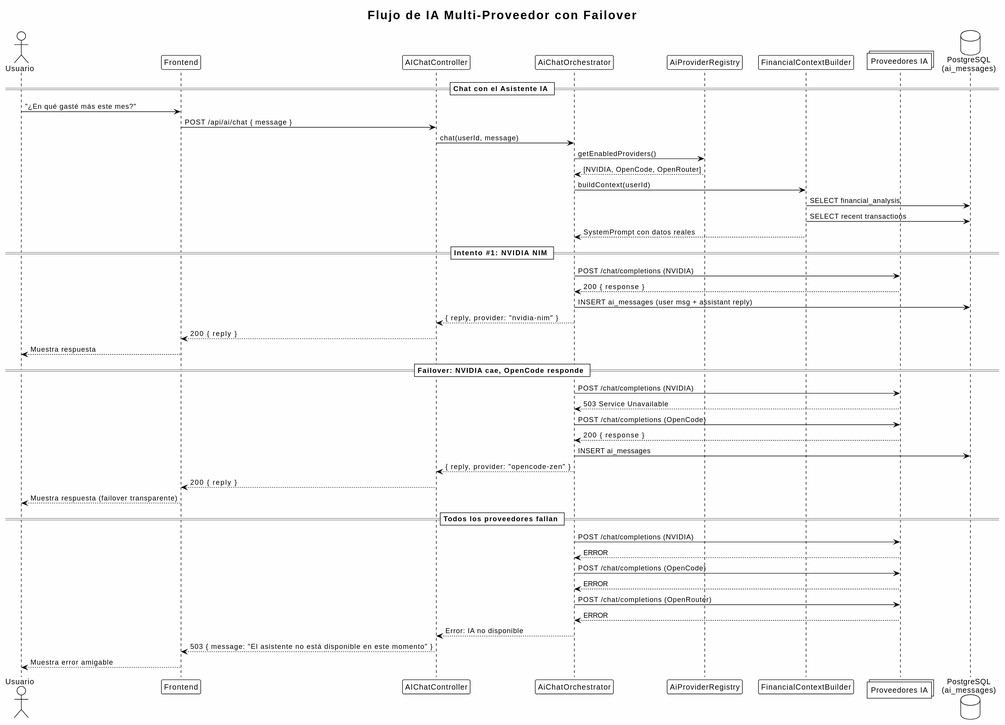
The PlantUML diagram docs/analisis-diseno/diagramas/renders/flujo-ia-multiproveedor.svg in Jhon-Quiceno/FinSmart, before a commit.
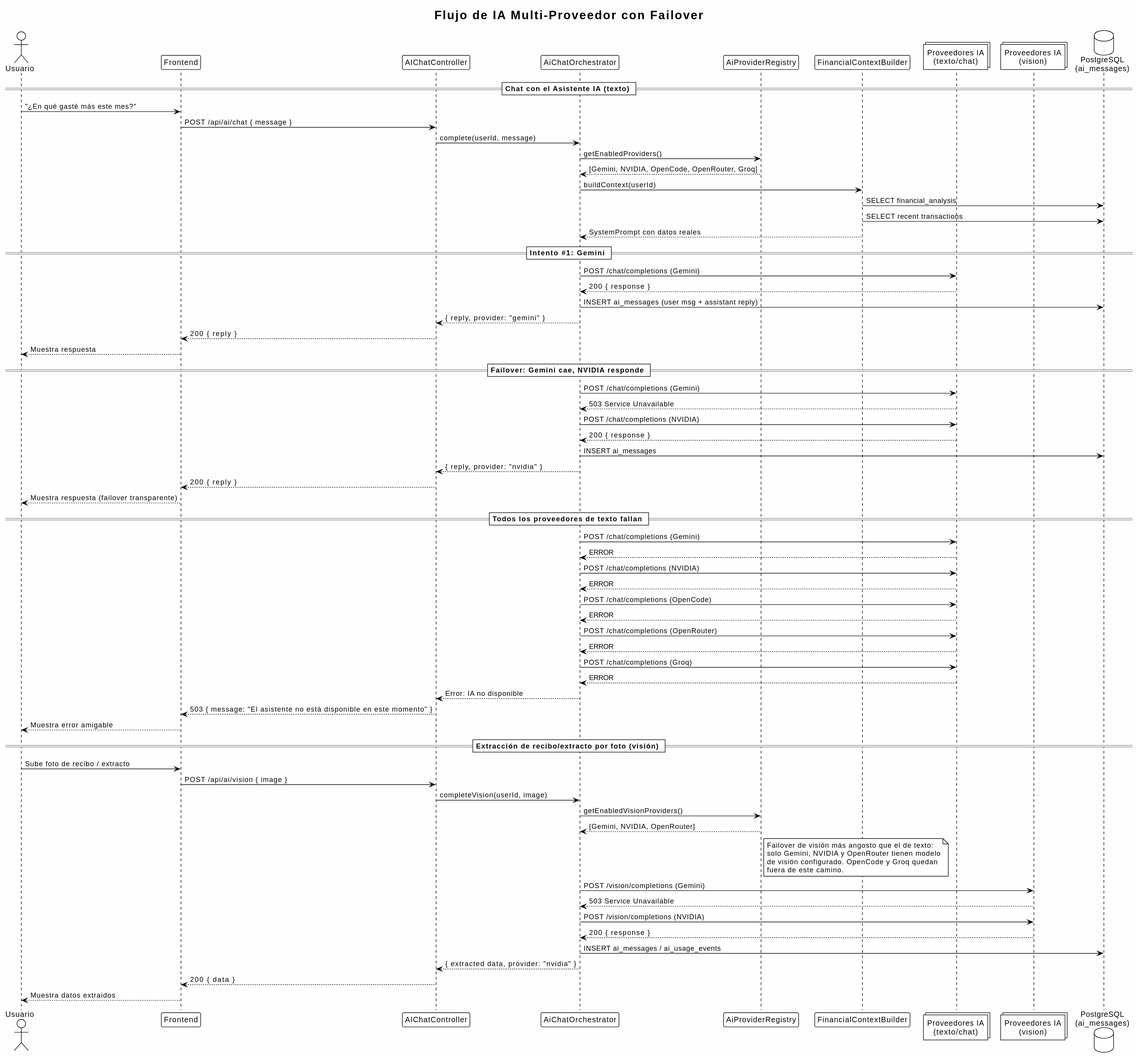
After the change.

What changed in the source:
```diff
@@ -12,52 +12,81 @@
 participant "AiChatOrchestrator" as orchestrator
 participant "AiProviderRegistry" as registry
 participant "FinancialContextBuilder" as context
-collections "Proveedores IA" as providers
+collections "Proveedores IA\n(texto/chat)" as providers
+collections "Proveedores IA\n(vision)" as visionProviders
 database "PostgreSQL\n(ai_messages)" as db
 
-== Chat con el Asistente IA ==
+== Chat con el Asistente IA (texto) ==
 
 user -> frontend: "¿En qué gasté más este mes?"
 frontend -> controller: POST /api/ai/chat { message }
-controller -> orchestrator: chat(userId, message)
+controller -> orchestrator: complete(userId, message)
 
 orchestrator -> registry: getEnabledProviders()
-registry --> orchestrator: [NVIDIA, OpenCode, OpenRouter]
+registry --> orchestrator: [Gemini, NVIDIA, OpenCode, OpenRouter, Groq]
 
 orchestrator -> context: buildContext(userId)
 context -> db: SELECT financial_analysis
 context -> db: SELECT recent transactions
 context --> orchestrator: SystemPrompt con datos reales
 
-== Intento #1: NVIDIA NIM ==
+== Intento #1: Gemini ==
 
-orchestrator -> providers: POST /chat/completions (NVIDIA)
+orchestrator -> providers: POST /chat/completions (Gemini)
 providers --> orchestrator: 200 { response }
 orchestrator -> db: INSERT ai_messages (user msg + assistant reply)
-orchestrator --> controller: { reply, provider: "nvidia-nim" }
+orchestrator --> controller: { reply, provider: "gemini" }
 controller --> frontend: 200 { reply }
 frontend --> user: Muestra respuesta
 
-== Failover: NVIDIA cae, OpenCode responde ==
+== Failover: Gemini cae, NVIDIA responde ==
 
+orchestrator -> providers: POST /chat/completions (Gemini)
+providers --> orchestrator: 503 Service Unavailable
 orchestrator -> providers: POST /chat/completions (NVIDIA)
-providers --> orchestrator: 503 Service Unavailable
-orchestrator -> providers: POST /chat/completions (OpenCode)
 providers --> orchestrator: 200 { response }
 orchestrator -> db: INSERT ai_messages
-orchestrator --> controller: { reply, provider: "opencode-zen" }
+orchestrator --> controller: { reply, provider: "nvidia" }
 controller --> frontend: 200 { reply }
 frontend --> user: Muestra respuesta (failover transparente)
 
-== Todos los proveedores fallan ==
+== Todos los proveedores de texto fallan ==
 
+orchestrator -> providers: POST /chat/completions (Gemini)
+providers --> orchestrator: ERROR
 orchestrator -> providers: POST /chat/completions (NVIDIA)
 providers --> orchestrator: ERROR
 orchestrator -> providers: POST /chat/completions (OpenCode)
 providers --> orchestrator: ERROR
 orchestrator -> providers: POST /chat/completions (OpenRouter)
 providers --> orchestrator: ERROR
+orchestrator -> providers: POST /chat/completions (Groq)
+providers --> orchestrator: ERROR
 orchestrator --> controller: Error: IA no disponible
 controller --> frontend: 503 { message: "El asistente no está disponible en este momento" }
 frontend --> user: Muestra error amigable
+
+== Extracción de recibo/extracto por foto (visión) ==
+
+user -> frontend: Sube foto de recibo / extracto
+frontend -> controller: POST /api/ai/vision { image }
+controller -> orchestrator: completeVision(userId, image)
+
+orchestrator -> registry: getEnabledVisionProviders()
+registry --> orchestrator: [Gemini, NVIDIA, OpenRouter]
+note right of registry
+  Failover de visión más angosto que el de texto:
+  solo Gemini, NVIDIA y OpenRouter tienen modelo
+  de visión configurado. OpenCode y Groq quedan
+  fuera de este camino.
+end note
+
+orchestrator -> visionProviders: POST /vision/completions (Gemini)
+visionProviders --> orchestrator: 503 Service Unavailable
+orchestrator -> visionProviders: POST /vision/completions (NVIDIA)
+visionProviders --> orchestrator: 200 { response }
+orchestrator -> db: INSERT ai_messages / ai_usage_events
+orchestrator --> controller: { extracted data, provider: "nvidia" }
+controller --> frontend: 200 { data }
+frontend --> user: Muestra datos extraidos
 @enduml
```
